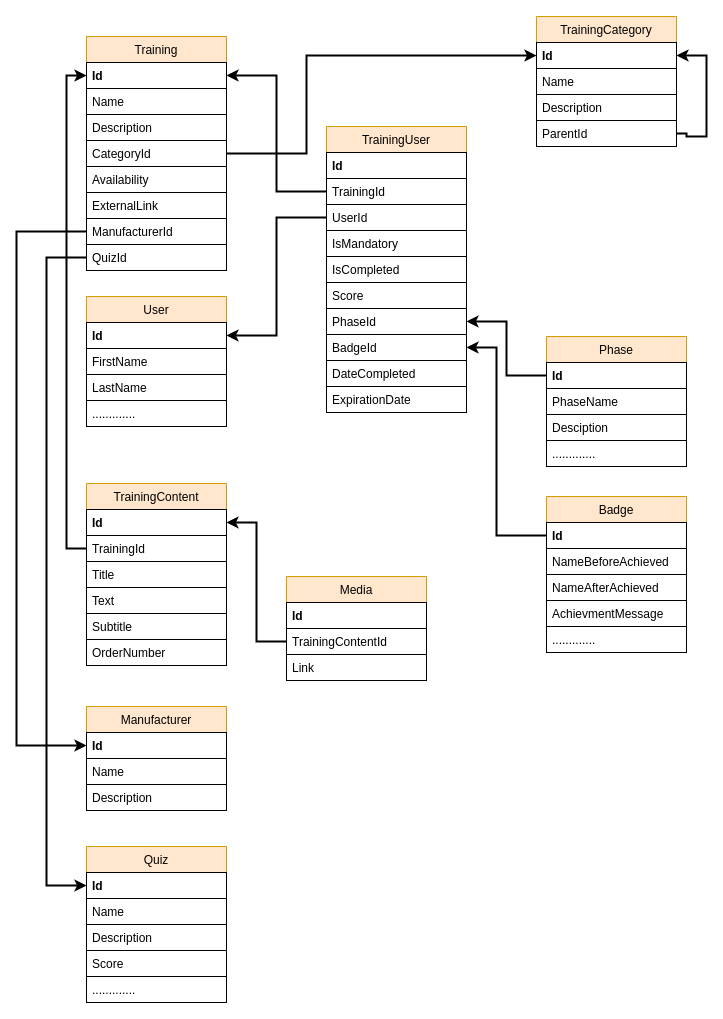
The draw.io diagram People's Development - Training Catalogue .drawio in dariusmunteanu/Diagrams, before the edit. Source tidied: cells renumbered, new cells numbered last; positions are measured from the earlier drawing's top-left corner, leaving out a move shared by most shapes. Both pictures are drawn from the tidied source at 100%, with x=0, y=0 at pixel (16, 16).
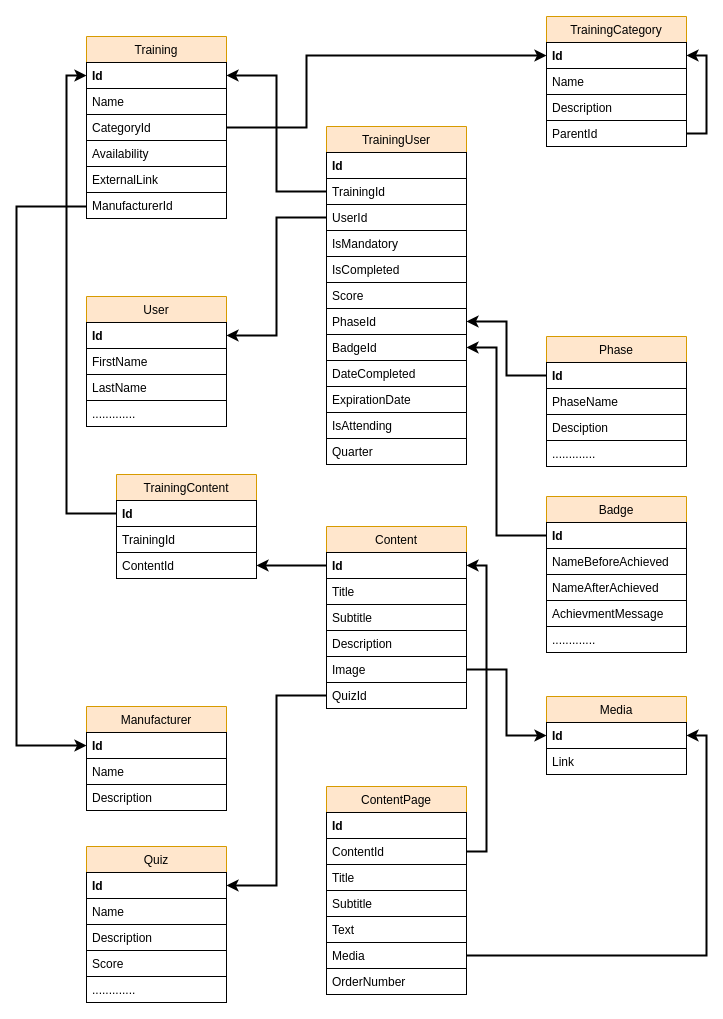
Above is the later version.

Unchanged cells that the change refers to:
```xml
<mxCell id="3" value="Id" style="text;strokeColor=#000000;fillColor=none;align=left;verticalAlign=top;spacingLeft=4;spacingRight=4;overflow=hidden;points=[[0,0.5],[1,0.5]];portConstraint=eastwest;fontStyle=1;shadow=0;comic=0;" parent="2" vertex="1">
  <mxGeometry y="26" width="140" height="26" as="geometry" />
</mxCell>
<mxCell id="57" value="Id" style="text;strokeColor=#000000;fillColor=none;align=left;verticalAlign=top;spacingLeft=4;spacingRight=4;overflow=hidden;points=[[0,0.5],[1,0.5]];portConstraint=eastwest;fontStyle=1;shadow=0;comic=0;" parent="56" vertex="1">
  <mxGeometry y="26" width="140" height="26" as="geometry" />
</mxCell>
<mxCell id="68" value="Id" style="text;strokeColor=#000000;fillColor=none;align=left;verticalAlign=top;spacingLeft=4;spacingRight=4;overflow=hidden;points=[[0,0.5],[1,0.5]];portConstraint=eastwest;fontStyle=1;shadow=0;comic=0;" parent="67" vertex="1">
  <mxGeometry y="26" width="140" height="26" as="geometry" />
</mxCell>
```

Change to the diagram source:
```diff
@@
     <mxCell id="2" value="Training" style="swimlane;fontStyle=0;horizontal=1;startSize=26;fillColor=#ffe6cc;shadow=0;comic=0;glass=0;rounded=0;swimlaneFillColor=none;strokeColor=#d79b00;" parent="1" vertex="1">
-      <mxGeometry x="70" y="20" width="140" height="234" as="geometry" />
+      <mxGeometry x="70" y="20" width="140" height="182" as="geometry" />
     </mxCell>
@@
-    <mxCell id="5" value="Description" style="text;strokeColor=#000000;fillColor=none;align=left;verticalAlign=top;spacingLeft=4;spacingRight=4;overflow=hidden;shadow=0;comic=0;" parent="2" vertex="1">
-      <mxGeometry y="78" width="140" height="26" as="geometry" />
-    </mxCell>
     <mxCell id="6" value="CategoryId" style="text;strokeColor=#000000;fillColor=none;align=left;verticalAlign=top;spacingLeft=4;spacingRight=4;overflow=hidden;points=[[0,0.5],[1,0.5]];portConstraint=eastwest;shadow=0;comic=0;" parent="2" vertex="1">
-      <mxGeometry y="104" width="140" height="26" as="geometry" />
+      <mxGeometry y="78" width="140" height="26" as="geometry" />
     </mxCell>
     <mxCell id="7" value="Availability" style="text;strokeColor=#000000;fillColor=none;align=left;verticalAlign=top;spacingLeft=4;spacingRight=4;overflow=hidden;shadow=0;comic=0;" parent="2" vertex="1">
-      <mxGeometry y="130" width="140" height="26" as="geometry" />
+      <mxGeometry y="104" width="140" height="26" as="geometry" />
     </mxCell>
     <mxCell id="8" value="ExternalLink" style="text;strokeColor=#000000;fillColor=none;align=left;verticalAlign=top;spacingLeft=4;spacingRight=4;overflow=hidden;shadow=0;comic=0;" parent="2" vertex="1">
-      <mxGeometry y="156" width="140" height="26" as="geometry" />
+      <mxGeometry y="130" width="140" height="26" as="geometry" />
     </mxCell>
     <mxCell id="9" value="ManufacturerId" style="text;strokeColor=#000000;fillColor=none;align=left;verticalAlign=top;spacingLeft=4;spacingRight=4;overflow=hidden;points=[[0,0.5],[1,0.5]];portConstraint=eastwest;shadow=0;comic=0;" parent="2" vertex="1">
-      <mxGeometry y="182" width="140" height="26" as="geometry" />
+      <mxGeometry y="156" width="140" height="26" as="geometry" />
     </mxCell>
-    <mxCell id="10" value="QuizId" style="text;strokeColor=#000000;fillColor=none;align=left;verticalAlign=top;spacingLeft=4;spacingRight=4;overflow=hidden;points=[[0,0.5],[1,0.5]];portConstraint=eastwest;shadow=0;comic=0;" parent="2" vertex="1">
-      <mxGeometry y="208" width="140" height="26" as="geometry" />
-    </mxCell>
@@
-    <mxCell id="30" value="TrainingCategory" style="swimlane;fontStyle=0;horizontal=1;startSize=26;fillColor=#ffe6cc;shadow=0;comic=0;glass=0;rounded=0;swimlaneFillColor=none;strokeColor=#d79b00;" parent="1" vertex="1">
-      <mxGeometry x="520" width="140" height="130" as="geometry" />
-    </mxCell>
-    <mxCell id="31" value="Id" style="text;strokeColor=#000000;fillColor=none;align=left;verticalAlign=top;spacingLeft=4;spacingRight=4;overflow=hidden;points=[[0,0.5],[1,0.5]];portConstraint=eastwest;fontStyle=1;shadow=0;comic=0;" parent="30" vertex="1">
-      <mxGeometry y="26" width="140" height="26" as="geometry" />
-    </mxCell>
-    <mxCell id="32" value="Name" style="text;strokeColor=#000000;fillColor=none;align=left;verticalAlign=top;spacingLeft=4;spacingRight=4;overflow=hidden;shadow=0;comic=0;" parent="30" vertex="1">
-      <mxGeometry y="52" width="140" height="26" as="geometry" />
-    </mxCell>
-    <mxCell id="33" value="Description" style="text;strokeColor=#000000;fillColor=none;align=left;verticalAlign=top;spacingLeft=4;spacingRight=4;overflow=hidden;shadow=0;comic=0;" parent="30" vertex="1">
-      <mxGeometry y="78" width="140" height="26" as="geometry" />
-    </mxCell>
-    <mxCell id="34" style="edgeStyle=orthogonalEdgeStyle;rounded=0;comic=0;jettySize=auto;html=1;entryX=1;entryY=0.5;entryDx=0;entryDy=0;shadow=0;strokeWidth=2;" parent="30" edge="1" source="35" target="31">
-      <mxGeometry relative="1" as="geometry">
-        <Array as="points">
-          <mxPoint x="150" y="117" />
-          <mxPoint x="150" y="120" />
-          <mxPoint x="170" y="120" />
-          <mxPoint x="170" y="39" />
-        </Array>
-      </mxGeometry>
-    </mxCell>
-    <mxCell id="35" value="ParentId" style="text;strokeColor=#000000;fillColor=none;align=left;verticalAlign=top;spacingLeft=4;spacingRight=4;overflow=hidden;points=[[0,0.5],[1,0.5]];portConstraint=eastwest;shadow=0;comic=0;" parent="30" vertex="1">
-      <mxGeometry y="104" width="140" height="26" as="geometry" />
-    </mxCell>
     <mxCell id="36" style="edgeStyle=orthogonalEdgeStyle;rounded=0;comic=0;jettySize=auto;html=1;entryX=0;entryY=0.5;entryDx=0;entryDy=0;shadow=0;strokeWidth=2;" parent="1" edge="1" source="6" target="31">
       <mxGeometry relative="1" as="geometry">
         <Array as="points">
-          <mxPoint x="290" y="137" />
+          <mxPoint x="290" y="111" />
           <mxPoint x="290" y="39" />
         </Array>
       </mxGeometry>
     </mxCell>
     <mxCell id="37" value="TrainingUser" style="swimlane;fontStyle=0;horizontal=1;startSize=26;fillColor=#ffe6cc;shadow=0;comic=0;glass=0;rounded=0;swimlaneFillColor=none;strokeColor=#d79b00;" parent="1" vertex="1">
-      <mxGeometry x="310" y="110" width="140" height="286" as="geometry" />
+      <mxGeometry x="310" y="110" width="140" height="338" as="geometry" />
     </mxCell>
@@
+    <mxCell id="74" value="IsAttending" style="text;strokeColor=#000000;fillColor=none;align=left;verticalAlign=top;spacingLeft=4;spacingRight=4;overflow=hidden;shadow=0;comic=0;" parent="37" vertex="1">
+      <mxGeometry y="286" width="140" height="26" as="geometry" />
+    </mxCell>
+    <mxCell id="75" value="Quarter" style="text;strokeColor=#000000;fillColor=none;align=left;verticalAlign=top;spacingLeft=4;spacingRight=4;overflow=hidden;shadow=0;comic=0;" parent="37" vertex="1">
+      <mxGeometry y="312" width="140" height="26" as="geometry" />
+    </mxCell>
@@
-    <mxCell id="49" value="TrainingContent" style="swimlane;fontStyle=0;horizontal=1;startSize=26;fillColor=#ffe6cc;shadow=0;comic=0;glass=0;rounded=0;swimlaneFillColor=none;strokeColor=#d79b00;" parent="1" vertex="1">
-      <mxGeometry x="70" y="467" width="140" height="182" as="geometry" />
-    </mxCell>
-    <mxCell id="50" value="Id" style="text;strokeColor=#000000;fillColor=none;align=left;verticalAlign=top;spacingLeft=4;spacingRight=4;overflow=hidden;points=[[0,0.5],[1,0.5]];portConstraint=eastwest;fontStyle=1;shadow=0;comic=0;" parent="49" vertex="1">
-      <mxGeometry y="26" width="140" height="26" as="geometry" />
-    </mxCell>
-    <mxCell id="51" value="TrainingId" style="text;strokeColor=#000000;fillColor=none;align=left;verticalAlign=top;spacingLeft=4;spacingRight=4;overflow=hidden;points=[[0,0.5],[1,0.5]];portConstraint=eastwest;shadow=0;comic=0;" parent="49" vertex="1">
-      <mxGeometry y="52" width="140" height="26" as="geometry" />
-    </mxCell>
-    <mxCell id="52" value="Title" style="text;strokeColor=#000000;fillColor=none;align=left;verticalAlign=top;spacingLeft=4;spacingRight=4;overflow=hidden;shadow=0;comic=0;" parent="49" vertex="1">
-      <mxGeometry y="78" width="140" height="26" as="geometry" />
-    </mxCell>
-    <mxCell id="53" value="Text" style="text;strokeColor=#000000;fillColor=none;align=left;verticalAlign=top;spacingLeft=4;spacingRight=4;overflow=hidden;points=[[0,0.5],[1,0.5]];portConstraint=eastwest;shadow=0;comic=0;" parent="49" vertex="1">
-      <mxGeometry y="104" width="140" height="26" as="geometry" />
-    </mxCell>
-    <mxCell id="54" value="Subtitle" style="text;strokeColor=#000000;fillColor=none;align=left;verticalAlign=top;spacingLeft=4;spacingRight=4;overflow=hidden;shadow=0;comic=0;" parent="49" vertex="1">
-      <mxGeometry y="130" width="140" height="26" as="geometry" />
-    </mxCell>
-    <mxCell id="55" value="OrderNumber" style="text;strokeColor=#000000;fillColor=none;align=left;verticalAlign=top;spacingLeft=4;spacingRight=4;overflow=hidden;shadow=0;comic=0;" parent="49" vertex="1">
-      <mxGeometry y="156" width="140" height="26" as="geometry" />
-    </mxCell>
+    <mxCell id="30" value="TrainingCategory" style="swimlane;fontStyle=0;horizontal=1;startSize=26;fillColor=#ffe6cc;shadow=0;comic=0;glass=0;rounded=0;swimlaneFillColor=none;strokeColor=#d79b00;" parent="1" vertex="1">
+      <mxGeometry x="530" width="140" height="130" as="geometry" />
+    </mxCell>
+    <mxCell id="31" value="Id" style="text;strokeColor=#000000;fillColor=none;align=left;verticalAlign=top;spacingLeft=4;spacingRight=4;overflow=hidden;points=[[0,0.5],[1,0.5]];portConstraint=eastwest;fontStyle=1;shadow=0;comic=0;" parent="30" vertex="1">
+      <mxGeometry y="26" width="140" height="26" as="geometry" />
+    </mxCell>
+    <mxCell id="32" value="Name" style="text;strokeColor=#000000;fillColor=none;align=left;verticalAlign=top;spacingLeft=4;spacingRight=4;overflow=hidden;shadow=0;comic=0;" parent="30" vertex="1">
+      <mxGeometry y="52" width="140" height="26" as="geometry" />
+    </mxCell>
+    <mxCell id="33" value="Description" style="text;strokeColor=#000000;fillColor=none;align=left;verticalAlign=top;spacingLeft=4;spacingRight=4;overflow=hidden;shadow=0;comic=0;" parent="30" vertex="1">
+      <mxGeometry y="78" width="140" height="26" as="geometry" />
+    </mxCell>
+    <mxCell id="34" style="edgeStyle=orthogonalEdgeStyle;rounded=0;jettySize=auto;html=1;entryX=1;entryY=0.5;entryDx=0;entryDy=0;strokeWidth=2;" parent="30" edge="1" source="35" target="31">
+      <mxGeometry relative="1" as="geometry">
+        <Array as="points">
+          <mxPoint x="160" y="117" />
+          <mxPoint x="160" y="39" />
+        </Array>
+      </mxGeometry>
+    </mxCell>
+    <mxCell id="35" value="ParentId" style="text;strokeColor=#000000;fillColor=none;align=left;verticalAlign=top;spacingLeft=4;spacingRight=4;overflow=hidden;points=[[0,0.5],[1,0.5]];portConstraint=eastwest;shadow=0;comic=0;" parent="30" vertex="1">
+      <mxGeometry y="104" width="140" height="26" as="geometry" />
+    </mxCell>
@@
     <mxCell id="60" style="edgeStyle=orthogonalEdgeStyle;rounded=0;comic=0;jettySize=auto;html=1;entryX=0;entryY=0.5;entryDx=0;entryDy=0;shadow=0;strokeWidth=2;" parent="1" edge="1" source="9" target="57">
       <mxGeometry relative="1" as="geometry">
         <Array as="points">
-          <mxPoint y="215" />
+          <mxPoint y="190" />
           <mxPoint y="729" />
         </Array>
       </mxGeometry>
     </mxCell>
-    <mxCell id="61" style="edgeStyle=orthogonalEdgeStyle;rounded=0;comic=0;jettySize=auto;html=1;entryX=0;entryY=0.5;entryDx=0;entryDy=0;shadow=0;strokeWidth=2;" parent="1" edge="1" source="51" target="3">
-      <mxGeometry relative="1" as="geometry" />
-    </mxCell>
-    <mxCell id="62" value="Media" style="swimlane;fontStyle=0;horizontal=1;startSize=26;fillColor=#ffe6cc;shadow=0;comic=0;glass=0;rounded=0;swimlaneFillColor=none;strokeColor=#d79b00;" parent="1" vertex="1">
-      <mxGeometry x="270" y="560" width="140" height="104" as="geometry" />
-    </mxCell>
-    <mxCell id="63" value="Id" style="text;strokeColor=#000000;fillColor=none;align=left;verticalAlign=top;spacingLeft=4;spacingRight=4;overflow=hidden;points=[[0,0.5],[1,0.5]];portConstraint=eastwest;fontStyle=1;shadow=0;comic=0;" parent="62" vertex="1">
-      <mxGeometry y="26" width="140" height="26" as="geometry" />
-    </mxCell>
-    <mxCell id="64" value="TrainingContentId" style="text;strokeColor=#000000;fillColor=none;align=left;verticalAlign=top;spacingLeft=4;spacingRight=4;overflow=hidden;points=[[0,0.5],[1,0.5]];portConstraint=eastwest;shadow=0;comic=0;" parent="62" vertex="1">
-      <mxGeometry y="52" width="140" height="26" as="geometry" />
-    </mxCell>
-    <mxCell id="65" value="Link" style="text;strokeColor=#000000;fillColor=none;align=left;verticalAlign=top;spacingLeft=4;spacingRight=4;overflow=hidden;shadow=0;comic=0;" parent="62" vertex="1">
-      <mxGeometry y="78" width="140" height="26" as="geometry" />
-    </mxCell>
-    <mxCell id="66" style="edgeStyle=orthogonalEdgeStyle;rounded=0;comic=0;jettySize=auto;html=1;entryX=1;entryY=0.5;entryDx=0;entryDy=0;shadow=0;strokeWidth=2;" parent="1" edge="1" source="64" target="50">
-      <mxGeometry relative="1" as="geometry" />
-    </mxCell>
@@
+    <mxCell id="49" value="Content" style="swimlane;fontStyle=0;horizontal=1;startSize=26;fillColor=#ffe6cc;shadow=0;comic=0;glass=0;rounded=0;swimlaneFillColor=none;strokeColor=#d79b00;" parent="1" vertex="1">
+      <mxGeometry x="310" y="510" width="140" height="182" as="geometry" />
+    </mxCell>
+    <mxCell id="50" value="Id" style="text;strokeColor=#000000;fillColor=none;align=left;verticalAlign=top;spacingLeft=4;spacingRight=4;overflow=hidden;points=[[0,0.5],[1,0.5]];portConstraint=eastwest;fontStyle=1;shadow=0;comic=0;" parent="49" vertex="1">
+      <mxGeometry y="26" width="140" height="26" as="geometry" />
+    </mxCell>
+    <mxCell id="51" value="Title" style="text;strokeColor=#000000;fillColor=none;align=left;verticalAlign=top;spacingLeft=4;spacingRight=4;overflow=hidden;points=[[0,0.5],[1,0.5]];portConstraint=eastwest;shadow=0;comic=0;" parent="49" vertex="1">
+      <mxGeometry y="52" width="140" height="26" as="geometry" />
+    </mxCell>
+    <mxCell id="54" value="Subtitle" style="text;strokeColor=#000000;fillColor=none;align=left;verticalAlign=top;spacingLeft=4;spacingRight=4;overflow=hidden;shadow=0;comic=0;" parent="49" vertex="1">
+      <mxGeometry y="78" width="140" height="26" as="geometry" />
+    </mxCell>
+    <mxCell id="52" value="Description" style="text;strokeColor=#000000;fillColor=none;align=left;verticalAlign=top;spacingLeft=4;spacingRight=4;overflow=hidden;shadow=0;comic=0;" parent="49" vertex="1">
+      <mxGeometry y="104" width="140" height="26" as="geometry" />
+    </mxCell>
+    <mxCell id="53" value="Image" style="text;strokeColor=#000000;fillColor=none;align=left;verticalAlign=top;spacingLeft=4;spacingRight=4;overflow=hidden;points=[[0,0.5],[1,0.5]];portConstraint=eastwest;shadow=0;comic=0;" parent="49" vertex="1">
+      <mxGeometry y="130" width="140" height="26" as="geometry" />
+    </mxCell>
+    <mxCell id="10" value="QuizId" style="text;strokeColor=#000000;fillColor=none;align=left;verticalAlign=top;spacingLeft=4;spacingRight=4;overflow=hidden;points=[[0,0.5],[1,0.5]];portConstraint=eastwest;shadow=0;comic=0;" parent="49" vertex="1">
+      <mxGeometry y="156" width="140" height="26" as="geometry" />
+    </mxCell>
+    <mxCell id="62" value="Media" style="swimlane;fontStyle=0;horizontal=1;startSize=26;fillColor=#ffe6cc;shadow=0;comic=0;glass=0;rounded=0;swimlaneFillColor=none;strokeColor=#d79b00;" parent="1" vertex="1">
+      <mxGeometry x="530" y="680" width="140" height="78" as="geometry" />
+    </mxCell>
+    <mxCell id="63" value="Id" style="text;strokeColor=#000000;fillColor=none;align=left;verticalAlign=top;spacingLeft=4;spacingRight=4;overflow=hidden;points=[[0,0.5],[1,0.5]];portConstraint=eastwest;fontStyle=1;shadow=0;comic=0;" parent="62" vertex="1">
+      <mxGeometry y="26" width="140" height="26" as="geometry" />
+    </mxCell>
+    <mxCell id="65" value="Link" style="text;strokeColor=#000000;fillColor=none;align=left;verticalAlign=top;spacingLeft=4;spacingRight=4;overflow=hidden;shadow=0;comic=0;" parent="62" vertex="1">
+      <mxGeometry y="52" width="140" height="26" as="geometry" />
+    </mxCell>
+    <mxCell id="76" style="edgeStyle=orthogonalEdgeStyle;rounded=0;jettySize=auto;html=1;exitX=0;exitY=0.5;exitDx=0;exitDy=0;entryX=1;entryY=0.5;entryDx=0;entryDy=0;strokeWidth=2;" parent="1" edge="1" source="50" target="80">
+      <mxGeometry relative="1" as="geometry" />
+    </mxCell>
+    <mxCell id="77" value="TrainingContent" style="swimlane;fontStyle=0;horizontal=1;startSize=26;fillColor=#ffe6cc;shadow=0;comic=0;glass=0;rounded=0;swimlaneFillColor=none;strokeColor=#d79b00;" parent="1" vertex="1">
+      <mxGeometry x="100" y="458" width="140" height="104" as="geometry" />
+    </mxCell>
+    <mxCell id="78" value="Id" style="text;strokeColor=#000000;fillColor=none;align=left;verticalAlign=top;spacingLeft=4;spacingRight=4;overflow=hidden;points=[[0,0.5],[1,0.5]];portConstraint=eastwest;shadow=0;comic=0;fontStyle=1;" parent="77" vertex="1">
+      <mxGeometry y="26" width="140" height="26" as="geometry" />
+    </mxCell>
+    <mxCell id="79" value="TrainingId" style="text;strokeColor=#000000;fillColor=none;align=left;verticalAlign=top;spacingLeft=4;spacingRight=4;overflow=hidden;shadow=0;comic=0;fontStyle=0;" parent="77" vertex="1">
+      <mxGeometry y="52" width="140" height="26" as="geometry" />
+    </mxCell>
+    <mxCell id="80" value="ContentId" style="text;strokeColor=#000000;fillColor=none;align=left;verticalAlign=top;spacingLeft=4;spacingRight=4;overflow=hidden;points=[[0,0.5],[1,0.5]];portConstraint=eastwest;shadow=0;comic=0;fontStyle=0;" parent="77" vertex="1">
+      <mxGeometry y="78" width="140" height="26" as="geometry" />
+    </mxCell>
+    <mxCell id="81" style="edgeStyle=orthogonalEdgeStyle;rounded=0;jettySize=auto;html=1;entryX=0;entryY=0.5;entryDx=0;entryDy=0;strokeWidth=2;" parent="1" edge="1" source="78" target="3">
+      <mxGeometry relative="1" as="geometry" />
+    </mxCell>
-    <mxCell id="73" style="edgeStyle=orthogonalEdgeStyle;rounded=0;comic=0;jettySize=auto;html=1;entryX=0;entryY=0.5;entryDx=0;entryDy=0;shadow=0;strokeWidth=2;" parent="1" edge="1" source="10" target="68">
-      <mxGeometry relative="1" as="geometry">
-        <Array as="points">
-          <mxPoint x="30" y="241" />
-          <mxPoint x="30" y="869" />
-        </Array>
-      </mxGeometry>
+    <mxCell id="73" style="edgeStyle=orthogonalEdgeStyle;rounded=0;jettySize=auto;html=1;entryX=1;entryY=0.5;entryDx=0;entryDy=0;strokeWidth=2;" parent="1" edge="1" source="10" target="68">
+      <mxGeometry relative="1" as="geometry" />
     </mxCell>
+    <mxCell id="82" style="edgeStyle=orthogonalEdgeStyle;rounded=0;jettySize=auto;html=1;exitX=1;exitY=0.5;exitDx=0;exitDy=0;entryX=0;entryY=0.5;entryDx=0;entryDy=0;strokeWidth=2;" parent="1" edge="1" source="53" target="63">
+      <mxGeometry relative="1" as="geometry" />
+    </mxCell>
+    <mxCell id="83" value="ContentPage" style="swimlane;fontStyle=0;horizontal=1;startSize=26;fillColor=#ffe6cc;shadow=0;comic=0;glass=0;rounded=0;swimlaneFillColor=none;strokeColor=#d79b00;" parent="1" vertex="1">
+      <mxGeometry x="310" y="770" width="140" height="208" as="geometry" />
+    </mxCell>
+    <mxCell id="84" value="Id" style="text;strokeColor=#000000;fillColor=none;align=left;verticalAlign=top;spacingLeft=4;spacingRight=4;overflow=hidden;fontStyle=1;shadow=0;comic=0;" parent="83" vertex="1">
+      <mxGeometry y="26" width="140" height="26" as="geometry" />
+    </mxCell>
+    <mxCell id="85" value="ContentId" style="text;strokeColor=#000000;fillColor=none;align=left;verticalAlign=top;spacingLeft=4;spacingRight=4;overflow=hidden;points=[[0,0.5],[1,0.5]];portConstraint=eastwest;fontStyle=0;shadow=0;comic=0;" parent="83" vertex="1">
+      <mxGeometry y="52" width="140" height="26" as="geometry" />
+    </mxCell>
+    <mxCell id="86" value="Title" style="text;strokeColor=#000000;fillColor=none;align=left;verticalAlign=top;spacingLeft=4;spacingRight=4;overflow=hidden;shadow=0;comic=0;" parent="83" vertex="1">
+      <mxGeometry y="78" width="140" height="26" as="geometry" />
+    </mxCell>
+    <mxCell id="87" value="Subtitle" style="text;strokeColor=#000000;fillColor=none;align=left;verticalAlign=top;spacingLeft=4;spacingRight=4;overflow=hidden;shadow=0;comic=0;" parent="83" vertex="1">
+      <mxGeometry y="104" width="140" height="26" as="geometry" />
+    </mxCell>
+    <mxCell id="88" value="Text" style="text;strokeColor=#000000;fillColor=none;align=left;verticalAlign=top;spacingLeft=4;spacingRight=4;overflow=hidden;shadow=0;comic=0;" parent="83" vertex="1">
+      <mxGeometry y="130" width="140" height="26" as="geometry" />
+    </mxCell>
+    <mxCell id="89" value="Media" style="text;strokeColor=#000000;fillColor=none;align=left;verticalAlign=top;spacingLeft=4;spacingRight=4;overflow=hidden;points=[[0,0.5],[1,0.5]];portConstraint=eastwest;shadow=0;comic=0;" parent="83" vertex="1">
+      <mxGeometry y="156" width="140" height="26" as="geometry" />
+    </mxCell>
+    <mxCell id="55" value="OrderNumber" style="text;strokeColor=#000000;fillColor=none;align=left;verticalAlign=top;spacingLeft=4;spacingRight=4;overflow=hidden;shadow=0;comic=0;" parent="83" vertex="1">
+      <mxGeometry y="182" width="140" height="26" as="geometry" />
+    </mxCell>
+    <mxCell id="90" style="edgeStyle=orthogonalEdgeStyle;rounded=0;jettySize=auto;html=1;entryX=1;entryY=0.5;entryDx=0;entryDy=0;strokeWidth=2;" parent="1" edge="1" source="85" target="50">
+      <mxGeometry relative="1" as="geometry">
+        <Array as="points">
+          <mxPoint x="470" y="835" />
+          <mxPoint x="470" y="549" />
+        </Array>
+      </mxGeometry>
+    </mxCell>
+    <mxCell id="91" style="edgeStyle=orthogonalEdgeStyle;rounded=0;jettySize=auto;html=1;entryX=1;entryY=0.5;entryDx=0;entryDy=0;strokeWidth=2;" parent="1" edge="1" source="89" target="63">
+      <mxGeometry relative="1" as="geometry" />
+    </mxCell>
```
